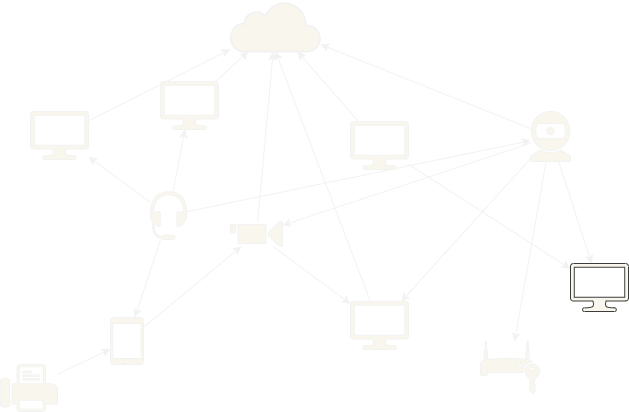
The draw.io diagram Week-1/Network.png in pesto-students/p6-krishna-Joe-027, before a commit. Source tidied: cells renumbered, new cells last; positions are measured from the earlier drawing's top-left corner, leaving out a move shared by most shapes. Its diagram source:
```xml
<mxGraphModel>
  <root>
    <mxCell id="0" />
    <mxCell id="1" value="Untitled Layer" parent="0" />
    <mxCell id="2" style="html=1;outlineConnect=0;fillColor=#f9f7ed;strokeColor=#F2F2F2;gradientDirection=north;strokeWidth=2;shape=mxgraph.networks.cloud;" parent="1" vertex="1">
      <mxGeometry x="230" width="90" height="50" as="geometry" />
    </mxCell>
    <mxCell id="3" style="rounded=0;jettySize=auto;html=1;entryX=0.5;entryY=1;entryDx=0;entryDy=0;entryPerimeter=0;fillColor=#f9f7ed;strokeColor=#F2F2F2;" parent="1" edge="1" source="4" target="2">
      <mxGeometry relative="1" as="geometry" />
    </mxCell>
    <mxCell id="4" style="sketch=0;shadow=0;dashed=0;html=1;strokeColor=#F2F2F2;fillColor=#f9f7ed;labelPosition=center;verticalLabelPosition=bottom;verticalAlign=top;outlineConnect=0;align=center;shape=mxgraph.office.devices.lcd_monitor;" parent="1" vertex="1">
      <mxGeometry x="350" y="300" width="58" height="48" as="geometry" />
    </mxCell>
    <mxCell id="5" style="edgeStyle=none;rounded=0;jettySize=auto;html=1;fillColor=#f9f7ed;strokeColor=#F2F2F2;" parent="1" edge="1" source="6" target="12">
      <mxGeometry relative="1" as="geometry" />
    </mxCell>
    <mxCell id="6" style="sketch=0;shadow=0;dashed=0;html=1;strokeColor=#F2F2F2;fillColor=#f9f7ed;labelPosition=center;verticalLabelPosition=bottom;verticalAlign=top;outlineConnect=0;align=center;shape=mxgraph.office.devices.ipad_mini;" parent="1" vertex="1">
      <mxGeometry x="110" y="316" width="33" height="47" as="geometry" />
    </mxCell>
    <mxCell id="7" style="edgeStyle=none;rounded=0;jettySize=auto;html=1;fillColor=#f9f7ed;strokeColor=#F2F2F2;" parent="1" edge="1" source="8" target="6">
      <mxGeometry relative="1" as="geometry" />
    </mxCell>
    <mxCell id="8" style="sketch=0;shadow=0;dashed=0;html=1;strokeColor=#F2F2F2;fillColor=#f9f7ed;labelPosition=center;verticalLabelPosition=bottom;verticalAlign=top;outlineConnect=0;align=center;shape=mxgraph.office.devices.fax;" parent="1" vertex="1">
      <mxGeometry y="363" width="57" height="47" as="geometry" />
    </mxCell>
    <mxCell id="9" style="sketch=0;shadow=0;dashed=0;html=1;strokeColor=#F2F2F2;fillColor=#f9f7ed;labelPosition=center;verticalLabelPosition=bottom;verticalAlign=top;outlineConnect=0;align=center;shape=mxgraph.office.devices.session_border_controller;" parent="1" vertex="1">
      <mxGeometry x="480" y="340" width="59" height="52" as="geometry" />
    </mxCell>
    <mxCell id="10" style="edgeStyle=none;rounded=0;jettySize=auto;html=1;fillColor=#f9f7ed;strokeColor=#F2F2F2;" parent="1" edge="1" source="12" target="2">
      <mxGeometry relative="1" as="geometry" />
    </mxCell>
    <mxCell id="11" style="edgeStyle=none;rounded=0;jettySize=auto;html=1;fillColor=#f9f7ed;strokeColor=#F2F2F2;" parent="1" edge="1" source="12" target="4">
      <mxGeometry relative="1" as="geometry" />
    </mxCell>
    <mxCell id="12" style="sketch=0;shadow=0;dashed=0;html=1;strokeColor=#F2F2F2;fillColor=#f9f7ed;labelPosition=center;verticalLabelPosition=bottom;verticalAlign=top;outlineConnect=0;align=center;shape=mxgraph.office.devices.video_camera;" parent="1" vertex="1">
      <mxGeometry x="230" y="220" width="52" height="25" as="geometry" />
    </mxCell>
    <mxCell id="13" style="edgeStyle=none;rounded=0;jettySize=auto;html=1;fillColor=#f9f7ed;strokeColor=#F2F2F2;" parent="1" edge="1" source="18" target="2">
      <mxGeometry relative="1" as="geometry" />
    </mxCell>
    <mxCell id="14" style="edgeStyle=none;rounded=0;jettySize=auto;html=1;fillColor=#f9f7ed;strokeColor=#F2F2F2;" parent="1" edge="1" source="18" target="24">
      <mxGeometry relative="1" as="geometry" />
    </mxCell>
    <mxCell id="15" style="edgeStyle=none;rounded=0;jettySize=auto;html=1;fillColor=#f9f7ed;strokeColor=#F2F2F2;" parent="1" edge="1" source="18" target="9">
      <mxGeometry relative="1" as="geometry" />
    </mxCell>
    <mxCell id="16" style="edgeStyle=none;rounded=0;jettySize=auto;html=1;fillColor=#f9f7ed;strokeColor=#F2F2F2;" parent="1" edge="1" source="18" target="4">
      <mxGeometry relative="1" as="geometry" />
    </mxCell>
    <mxCell id="17" style="edgeStyle=none;rounded=0;jettySize=auto;html=1;fillColor=#f9f7ed;strokeColor=#F2F2F2;" parent="1" edge="1" source="18" target="12">
      <mxGeometry relative="1" as="geometry" />
    </mxCell>
    <mxCell id="18" style="sketch=0;shadow=0;dashed=0;html=1;strokeColor=#F2F2F2;fillColor=#f9f7ed;labelPosition=center;verticalLabelPosition=bottom;verticalAlign=top;outlineConnect=0;align=center;shape=mxgraph.office.devices.webcam;" parent="1" vertex="1">
      <mxGeometry x="530" y="110" width="40" height="50" as="geometry" />
    </mxCell>
    <mxCell id="19" style="edgeStyle=none;rounded=0;jettySize=auto;html=1;fillColor=#f9f7ed;strokeColor=#F2F2F2;" parent="1" edge="1" source="23" target="31">
      <mxGeometry relative="1" as="geometry" />
    </mxCell>
    <mxCell id="20" style="edgeStyle=none;rounded=0;jettySize=auto;html=1;fillColor=#f9f7ed;strokeColor=#F2F2F2;" parent="1" edge="1" source="23" target="6">
      <mxGeometry relative="1" as="geometry" />
    </mxCell>
    <mxCell id="21" style="edgeStyle=none;rounded=0;jettySize=auto;html=1;fillColor=#f9f7ed;strokeColor=#F2F2F2;" parent="1" edge="1" source="23" target="29">
      <mxGeometry relative="1" as="geometry" />
    </mxCell>
    <mxCell id="22" style="edgeStyle=none;rounded=0;jettySize=auto;html=1;fillColor=#f9f7ed;strokeColor=#F2F2F2;" parent="1" edge="1" source="23" target="18">
      <mxGeometry relative="1" as="geometry" />
    </mxCell>
    <mxCell id="23" style="sketch=0;shadow=0;dashed=0;html=1;strokeColor=#F2F2F2;fillColor=#f9f7ed;labelPosition=center;verticalLabelPosition=bottom;verticalAlign=top;outlineConnect=0;align=center;shape=mxgraph.office.devices.headset;" parent="1" vertex="1">
      <mxGeometry x="150" y="190" width="36" height="48" as="geometry" />
    </mxCell>
    <mxCell id="24" style="sketch=0;shadow=0;dashed=0;html=1;strokeColor=#3D3D3D;fillColor=#f9f7ed;labelPosition=center;verticalLabelPosition=bottom;verticalAlign=top;outlineConnect=0;align=center;shape=mxgraph.office.devices.lcd_monitor;" parent="1" vertex="1">
      <mxGeometry x="570" y="262" width="58" height="48" as="geometry" />
    </mxCell>
    <mxCell id="25" style="edgeStyle=none;rounded=0;jettySize=auto;html=1;fillColor=#f9f7ed;strokeColor=#F2F2F2;" parent="1" edge="1" source="27" target="2">
      <mxGeometry relative="1" as="geometry" />
    </mxCell>
    <mxCell id="26" style="edgeStyle=none;rounded=0;jettySize=auto;html=1;fillColor=#f9f7ed;strokeColor=#F2F2F2;" parent="1" edge="1" source="27" target="24">
      <mxGeometry relative="1" as="geometry" />
    </mxCell>
    <mxCell id="27" style="sketch=0;shadow=0;dashed=0;html=1;strokeColor=#F2F2F2;fillColor=#f9f7ed;labelPosition=center;verticalLabelPosition=bottom;verticalAlign=top;outlineConnect=0;align=center;shape=mxgraph.office.devices.lcd_monitor;" parent="1" vertex="1">
      <mxGeometry x="350" y="120" width="58" height="48" as="geometry" />
    </mxCell>
    <mxCell id="28" style="edgeStyle=none;rounded=0;jettySize=auto;html=1;fillColor=#f9f7ed;strokeColor=#F2F2F2;" parent="1" edge="1" source="29" target="2">
      <mxGeometry relative="1" as="geometry" />
    </mxCell>
    <mxCell id="29" style="sketch=0;shadow=0;dashed=0;html=1;strokeColor=#F2F2F2;fillColor=#f9f7ed;labelPosition=center;verticalLabelPosition=bottom;verticalAlign=top;outlineConnect=0;align=center;shape=mxgraph.office.devices.lcd_monitor;" parent="1" vertex="1">
      <mxGeometry x="160" y="80" width="58" height="48" as="geometry" />
    </mxCell>
    <mxCell id="30" style="edgeStyle=none;rounded=0;jettySize=auto;html=1;fillColor=#f9f7ed;strokeColor=#F2F2F2;" parent="1" edge="1" source="31" target="2">
      <mxGeometry relative="1" as="geometry" />
    </mxCell>
    <mxCell id="31" style="sketch=0;shadow=0;dashed=0;html=1;strokeColor=#F2F2F2;fillColor=#f9f7ed;labelPosition=center;verticalLabelPosition=bottom;verticalAlign=top;outlineConnect=0;align=center;shape=mxgraph.office.devices.lcd_monitor;" parent="1" vertex="1">
      <mxGeometry x="30" y="110" width="58" height="48" as="geometry" />
    </mxCell>
  </root>
</mxGraphModel>
```
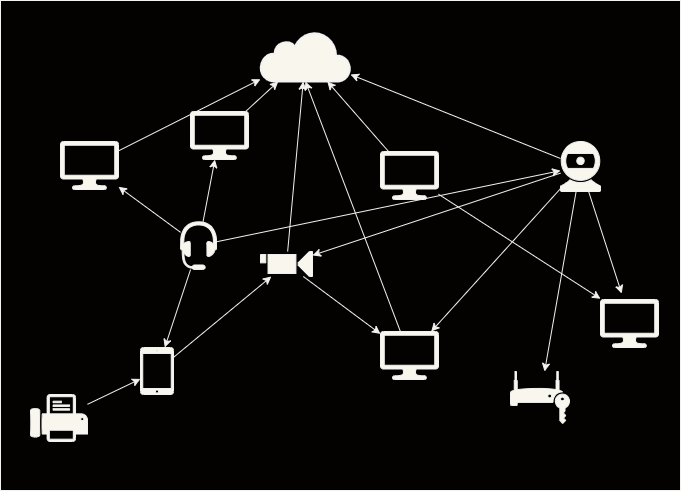
After the change.

Commit message:
Computr network image

Adding the diagram for the markdown text

Change to the diagram source:
```diff
@@ -2,6 +2,9 @@
   <root>
     <mxCell id="0" />
     <mxCell id="1" value="Untitled Layer" parent="0" />
+    <mxCell id="32" style="rounded=0;whiteSpace=wrap;html=1;strokeColor=#F2F2F2;fillColor=#030200;" parent="1" vertex="1">
+      <mxGeometry x="-30" y="-31" width="680" height="490" as="geometry" />
+    </mxCell>
     <mxCell id="2" style="html=1;outlineConnect=0;fillColor=#f9f7ed;strokeColor=#F2F2F2;gradientDirection=north;strokeWidth=2;shape=mxgraph.networks.cloud;" parent="1" vertex="1">
       <mxGeometry x="230" width="90" height="50" as="geometry" />
     </mxCell>
@@ -38,8 +41,10 @@
     <mxCell id="13" style="edgeStyle=none;rounded=0;jettySize=auto;html=1;fillColor=#f9f7ed;strokeColor=#F2F2F2;" parent="1" edge="1" source="18" target="2">
       <mxGeometry relative="1" as="geometry" />
     </mxCell>
-    <mxCell id="14" style="edgeStyle=none;rounded=0;jettySize=auto;html=1;fillColor=#f9f7ed;strokeColor=#F2F2F2;" parent="1" edge="1" source="18" target="24">
-      <mxGeometry relative="1" as="geometry" />
+    <mxCell id="14" style="edgeStyle=none;rounded=0;jettySize=auto;html=1;fillColor=#f9f7ed;strokeColor=#F2F2F2;" parent="1" edge="1" source="18">
+      <mxGeometry relative="1" as="geometry">
+        <mxPoint x="591.2" y="262" as="targetPoint" />
+      </mxGeometry>
     </mxCell>
     <mxCell id="15" style="edgeStyle=none;rounded=0;jettySize=auto;html=1;fillColor=#f9f7ed;strokeColor=#F2F2F2;" parent="1" edge="1" source="18" target="9">
       <mxGeometry relative="1" as="geometry" />
@@ -68,14 +73,13 @@
     <mxCell id="23" style="sketch=0;shadow=0;dashed=0;html=1;strokeColor=#F2F2F2;fillColor=#f9f7ed;labelPosition=center;verticalLabelPosition=bottom;verticalAlign=top;outlineConnect=0;align=center;shape=mxgraph.office.devices.headset;" parent="1" vertex="1">
       <mxGeometry x="150" y="190" width="36" height="48" as="geometry" />
     </mxCell>
-    <mxCell id="24" style="sketch=0;shadow=0;dashed=0;html=1;strokeColor=#3D3D3D;fillColor=#f9f7ed;labelPosition=center;verticalLabelPosition=bottom;verticalAlign=top;outlineConnect=0;align=center;shape=mxgraph.office.devices.lcd_monitor;" parent="1" vertex="1">
-      <mxGeometry x="570" y="262" width="58" height="48" as="geometry" />
-    </mxCell>
     <mxCell id="25" style="edgeStyle=none;rounded=0;jettySize=auto;html=1;fillColor=#f9f7ed;strokeColor=#F2F2F2;" parent="1" edge="1" source="27" target="2">
       <mxGeometry relative="1" as="geometry" />
     </mxCell>
-    <mxCell id="26" style="edgeStyle=none;rounded=0;jettySize=auto;html=1;fillColor=#f9f7ed;strokeColor=#F2F2F2;" parent="1" edge="1" source="27" target="24">
-      <mxGeometry relative="1" as="geometry" />
+    <mxCell id="26" style="edgeStyle=none;rounded=0;jettySize=auto;html=1;fillColor=#f9f7ed;strokeColor=#F2F2F2;" parent="1" edge="1" source="27">
+      <mxGeometry relative="1" as="geometry">
+        <mxPoint x="570" y="267.3" as="targetPoint" />
+      </mxGeometry>
     </mxCell>
     <mxCell id="27" style="sketch=0;shadow=0;dashed=0;html=1;strokeColor=#F2F2F2;fillColor=#f9f7ed;labelPosition=center;verticalLabelPosition=bottom;verticalAlign=top;outlineConnect=0;align=center;shape=mxgraph.office.devices.lcd_monitor;" parent="1" vertex="1">
       <mxGeometry x="350" y="120" width="58" height="48" as="geometry" />
@@ -92,5 +96,8 @@
     <mxCell id="31" style="sketch=0;shadow=0;dashed=0;html=1;strokeColor=#F2F2F2;fillColor=#f9f7ed;labelPosition=center;verticalLabelPosition=bottom;verticalAlign=top;outlineConnect=0;align=center;shape=mxgraph.office.devices.lcd_monitor;" parent="1" vertex="1">
       <mxGeometry x="30" y="110" width="58" height="48" as="geometry" />
     </mxCell>
+    <mxCell id="33" style="sketch=0;shadow=0;dashed=0;html=1;strokeColor=#F2F2F2;fillColor=#f9f7ed;labelPosition=center;verticalLabelPosition=bottom;verticalAlign=top;align=center;shape=mxgraph.office.devices.lcd_monitor;" parent="1" vertex="1">
+      <mxGeometry x="570" y="268" width="58" height="48" as="geometry" />
+    </mxCell>
   </root>
 </mxGraphModel>
```
